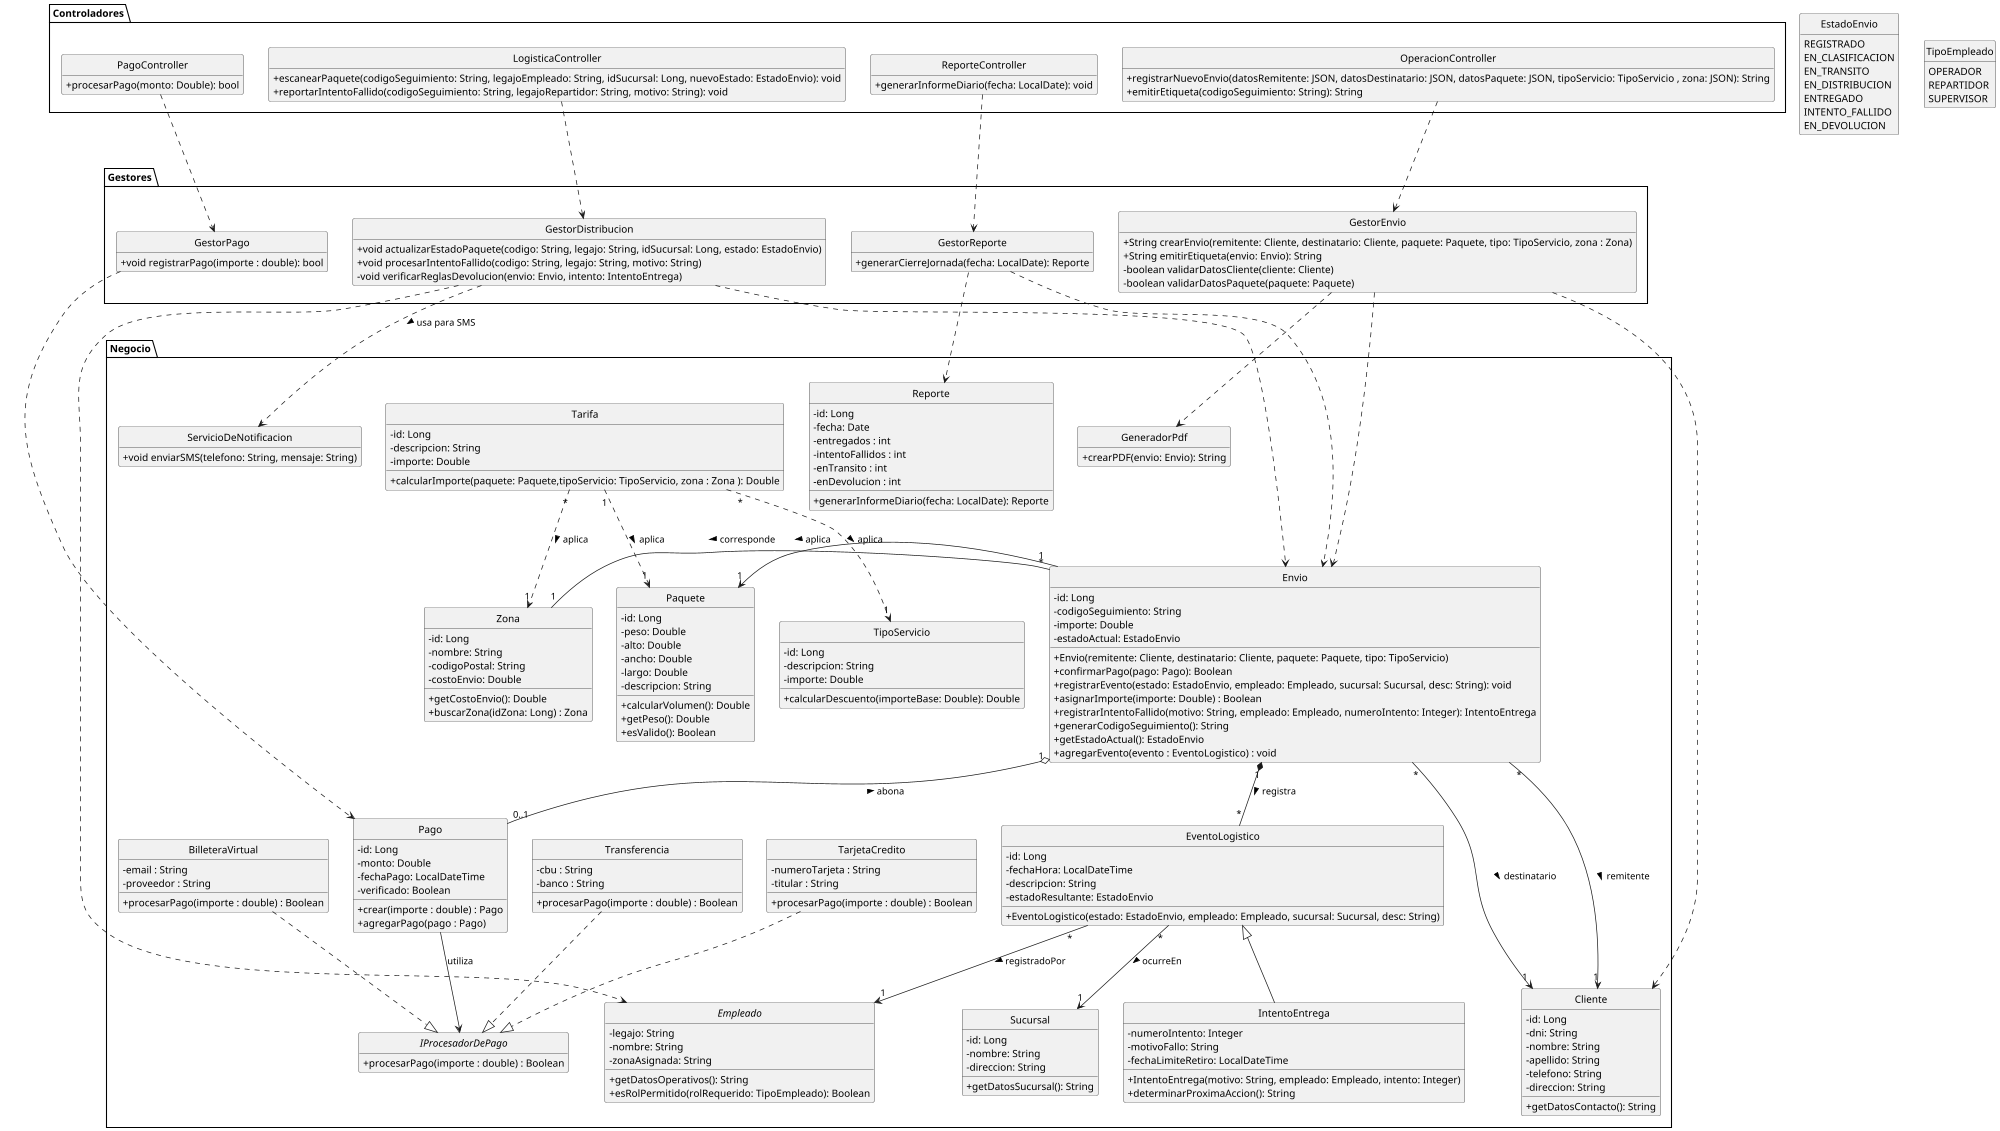
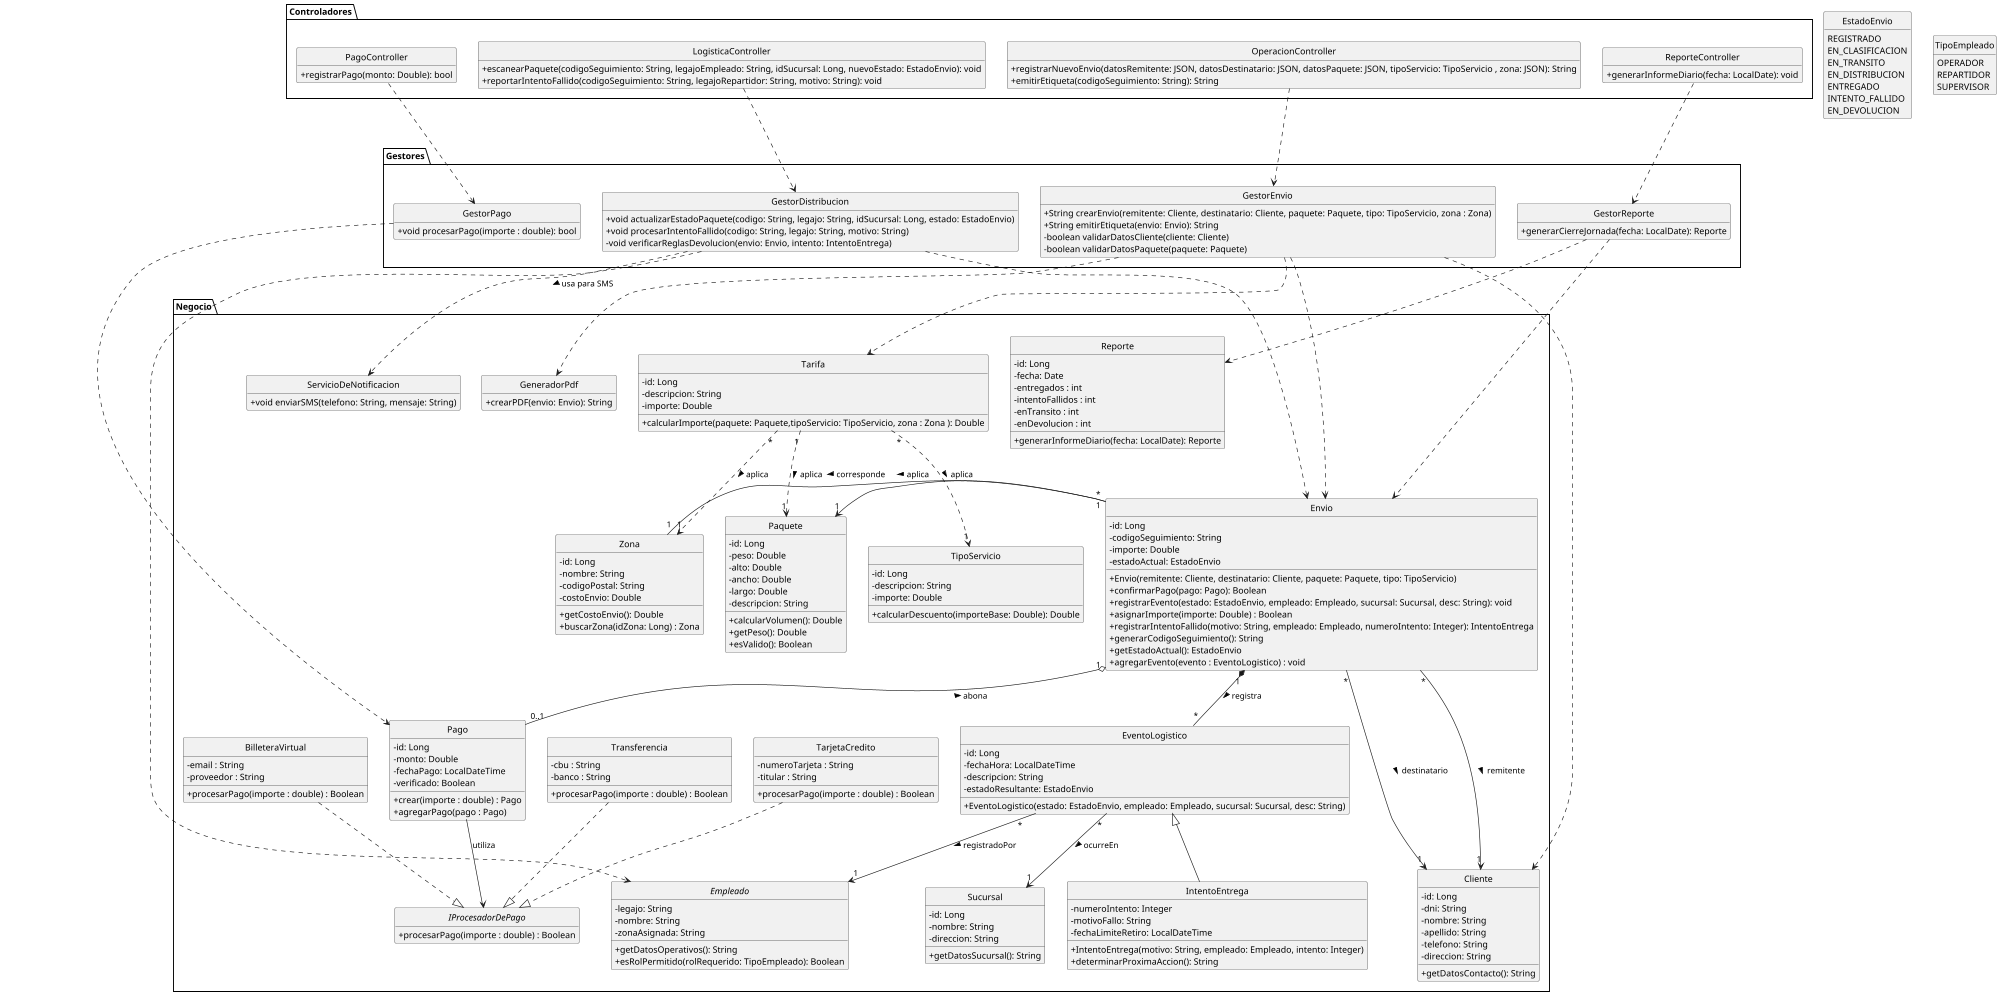
@startuml
scale max 2000 width
skinparam classAttributeIconSize 0
skinparam style strictuml
skinparam DefaultFontName "Arial"
hide empty members

package Negocio {

  ' --- ENTIDADES DE DOMINIO (Lógica y Estado) ---
  class Cliente {
    - id: Long
    - dni: String
    - nombre: String
    - apellido: String
    - telefono: String
    - direccion: String
    + getDatosContacto(): String
  }

  class Envio {
    - id: Long
    - codigoSeguimiento: String
    - importe: Double
    - estadoActual: EstadoEnvio

    + Envio(remitente: Cliente, destinatario: Cliente, paquete: Paquete, tipo: TipoServicio)
    + confirmarPago(pago: Pago): Boolean
    + registrarEvento(estado: EstadoEnvio, empleado: Empleado, sucursal: Sucursal, desc: String): void
    + asignarImporte(importe: Double) : Boolean
    + registrarIntentoFallido(motivo: String, empleado: Empleado, numeroIntento: Integer): IntentoEntrega
    + generarCodigoSeguimiento(): String
    + getEstadoActual(): EstadoEnvio
    + agregarEvento(evento : EventoLogistico) : void
  }

  class TipoServicio{
    - id: Long
    - descripcion: String
    - importe: Double
    + calcularDescuento(importeBase: Double): Double
  }

  class Paquete {
    - id: Long
    - peso: Double
    - alto: Double
    - ancho: Double
    - largo: Double
    - descripcion: String
    + calcularVolumen(): Double
    + getPeso(): Double
    + esValido(): Boolean
  }

  class Pago {
    - id: Long
    - monto: Double
    - fechaPago: LocalDateTime
    - verificado: Boolean
    + crear(importe : double) : Pago
    + agregarPago(pago : Pago)
  }

  interface IProcesadorDePago{
    + procesarPago(importe : double) : Boolean
  }

  class TarjetaCredito{
    - numeroTarjeta : String
    - titular : String
    + procesarPago(importe : double) : Boolean
  }

  class Transferencia{
    - cbu : String
    - banco : String
    + procesarPago(importe : double) : Boolean
  }

  class BilleteraVirtual{
    - email : String
    - proveedor : String
    + procesarPago(importe : double) : Boolean
  }

  abstract class Empleado {
    - legajo: String
    - nombre: String
    - zonaAsignada: String
    + getDatosOperativos(): String
    + esRolPermitido(rolRequerido: TipoEmpleado): Boolean
  }

  class Sucursal{
    - id: Long
    - nombre: String
    - direccion: String
    + getDatosSucursal(): String
  }

  class Reporte{
    - id: Long
    - fecha: Date
    - entregados : int
    - intentoFallidos : int
    - enTransito : int
    - enDevolucion : int
    + generarInformeDiario(fecha: LocalDate): Reporte
  }

 class Zona {
    - id: Long
    - nombre: String
    - codigoPostal: String
    - costoEnvio: Double
    + getCostoEnvio(): Double
    + buscarZona(idZona: Long) : Zona
  }

  class Tarifa{
    - id: Long
    - descripcion: String
    - importe: Double
    + calcularImporte(paquete: Paquete,tipoServicio: TipoServicio, zona : Zona ): Double
  }

  class EventoLogistico {
    - id: Long
    - fechaHora: LocalDateTime
    - descripcion: String
    - estadoResultante: EstadoEnvio
    + EventoLogistico(estado: EstadoEnvio, empleado: Empleado, sucursal: Sucursal, desc: String)
  }

  class IntentoEntrega {
    - numeroIntento: Integer
    - motivoFallo: String
    - fechaLimiteRetiro: LocalDateTime
    + IntentoEntrega(motivo: String, empleado: Empleado, intento: Integer)
    + determinarProximaAccion(): String
  }

  class GeneradorPdf {
    + crearPDF(envio: Envio): String
  }

  class ServicioDeNotificacion {
    + void enviarSMS(telefono: String, mensaje: String)
  }
}

EventoLogistico <|-- IntentoEntrega
Pago --> IProcesadorDePago : utiliza
TarjetaCredito ..|> IProcesadorDePago
Transferencia ..|> IProcesadorDePago
BilleteraVirtual ..|> IProcesadorDePago

' --- CAPA DE CONTROLADORES (Interfaces externas / API) ---
package Controladores {
  class OperacionController {
    + registrarNuevoEnvio(datosRemitente: JSON, datosDestinatario: JSON, datosPaquete: JSON, tipoServicio: TipoServicio , zona: JSON): String
    + emitirEtiqueta(codigoSeguimiento: String): String
  }

  class LogisticaController {
    + escanearPaquete(codigoSeguimiento: String, legajoEmpleado: String, idSucursal: Long, nuevoEstado: EstadoEnvio): void
    + reportarIntentoFallido(codigoSeguimiento: String, legajoRepartidor: String, motivo: String): void
  }

  class ReporteController {
    + generarInformeDiario(fecha: LocalDate): void
  }

  class PagoController {
-     + procesarPago(monto: Double): bool
+     + registrarPago(monto: Double): bool
  }
}

' --- CAPA DE GESTORES (Servicios de Aplicación / Casos de Uso) ---
package Gestores {
  class GestorEnvio {
    + String crearEnvio(remitente: Cliente, destinatario: Cliente, paquete: Paquete, tipo: TipoServicio, zona : Zona)
    + String emitirEtiqueta(envio: Envio): String
    - boolean validarDatosCliente(cliente: Cliente)
    - boolean validarDatosPaquete(paquete: Paquete)
  }

  class GestorDistribucion {
    + void actualizarEstadoPaquete(codigo: String, legajo: String, idSucursal: Long, estado: EstadoEnvio)
    + void procesarIntentoFallido(codigo: String, legajo: String, motivo: String)
    - void verificarReglasDevolucion(envio: Envio, intento: IntentoEntrega)
  }

  class GestorReporte {
    + generarCierreJornada(fecha: LocalDate): Reporte
  }

  class GestorPago {
-     + void registrarPago(importe : double): bool
+     + void procesarPago(importe : double): bool
  }
}

' --- ENUMS E INTERFACES ---
enum EstadoEnvio {
  REGISTRADO
  EN_CLASIFICACION
  EN_TRANSITO
  EN_DISTRIBUCION
  ENTREGADO
  INTENTO_FALLIDO
  EN_DEVOLUCION
}

enum TipoEmpleado {
  OPERADOR
  REPARTIDOR
  SUPERVISOR
}

' --- DEPENDENCIAS ARQUITECTÓNICAS (Controladores -> Gestores -> Dominio) ---

' 1. Forzamos que los controladores apunten estrictamente HACIA ABAJO a los gestores
OperacionController .down.> GestorEnvio
LogisticaController .down.> GestorDistribucion
ReporteController .down.> GestorReporte
PagoController .down.> GestorPago

' 2. Forzamos que los gestores apunten HACIA ABAJO a las entidades de dominio
GestorPago .down.> Pago
GestorEnvio .down.> Envio
GestorEnvio .down.> Cliente
GestorDistribucion .down.> Envio
GestorDistribucion .down.> Empleado
GestorEnvio .down.> GeneradorPdf
+ GestorEnvio .down.> Tarifa

' 3. Usamos direcciones laterales (derecha/izquierda) para servicios transversales
GestorDistribucion .right.> ServicioDeNotificacion : usa para SMS >
GestorReporte .down.> Reporte
GestorReporte .down.> Envio

' --- RELACIONES ESTRUCTURALES (Entidades de Dominio) ---

Envio "*" ---> "1" Cliente : remitente >
Envio "*" ---> "1" Cliente : destinatario >

Envio "1" o-- "0..1" Pago : abona <
Envio "1" *-- "*" EventoLogistico : registra >
Envio "*" -left- "1" Zona : corresponde >
Envio "1" -right-> "1" Paquete : aplica >

Tarifa "*" .down.> "1" Zona : aplica >
Tarifa "*" .down.> "1" TipoServicio : aplica >
Tarifa "1" .down.> "1" Paquete : aplica >

EventoLogistico "*" --> "1" Empleado : registradoPor >
EventoLogistico "*" --> "1" Sucursal : ocurreEn >
@enduml